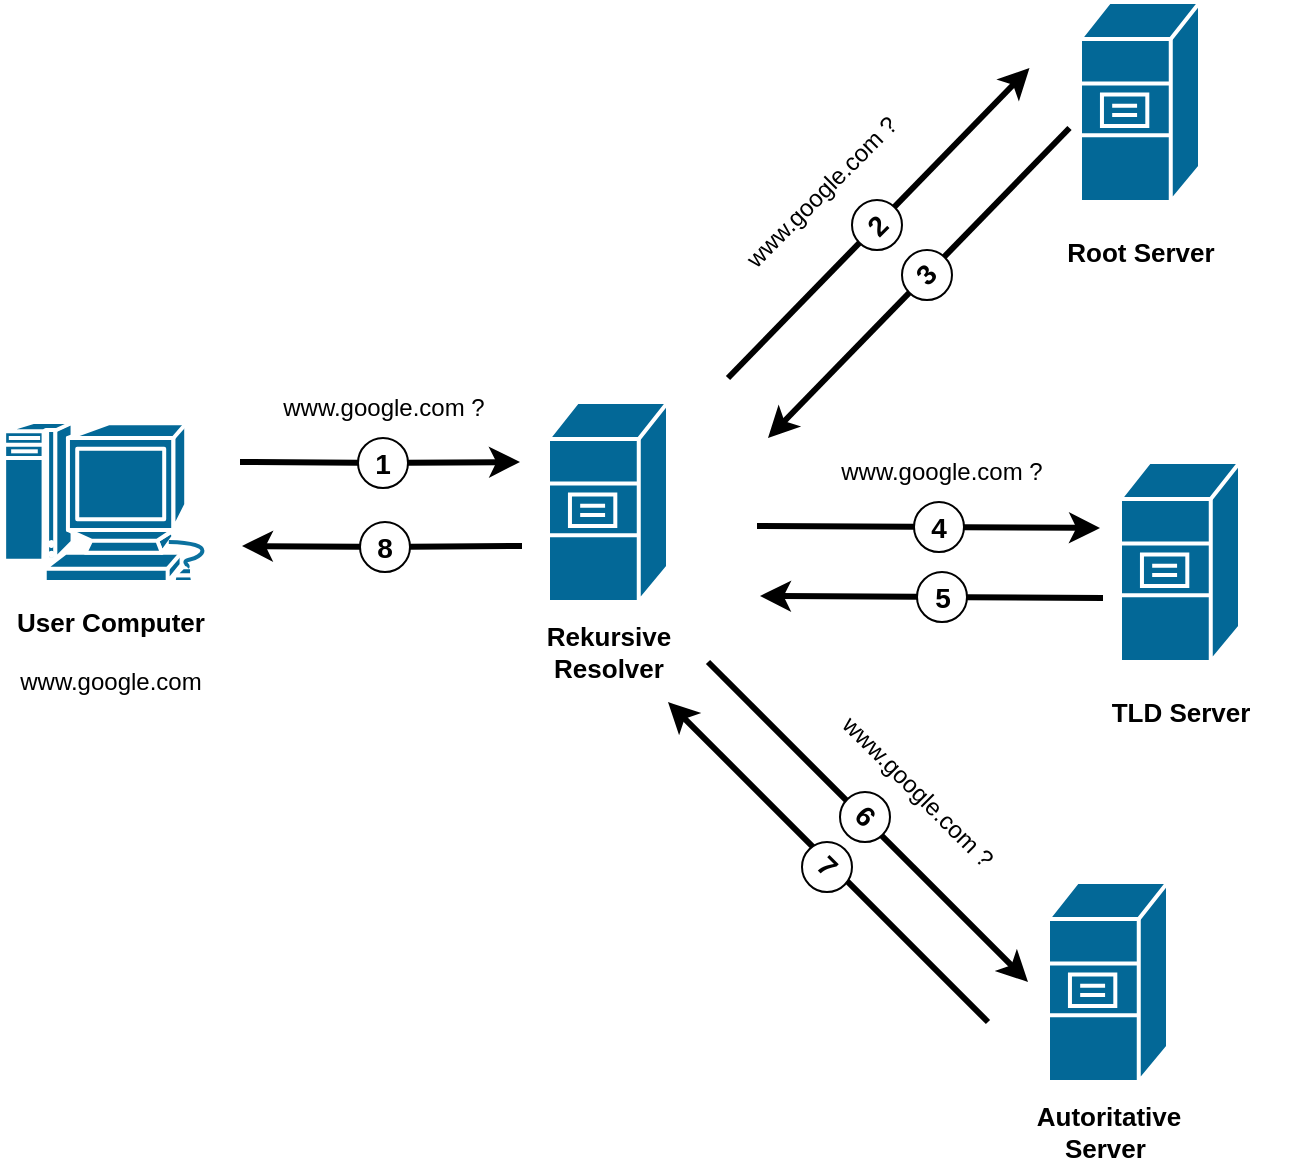
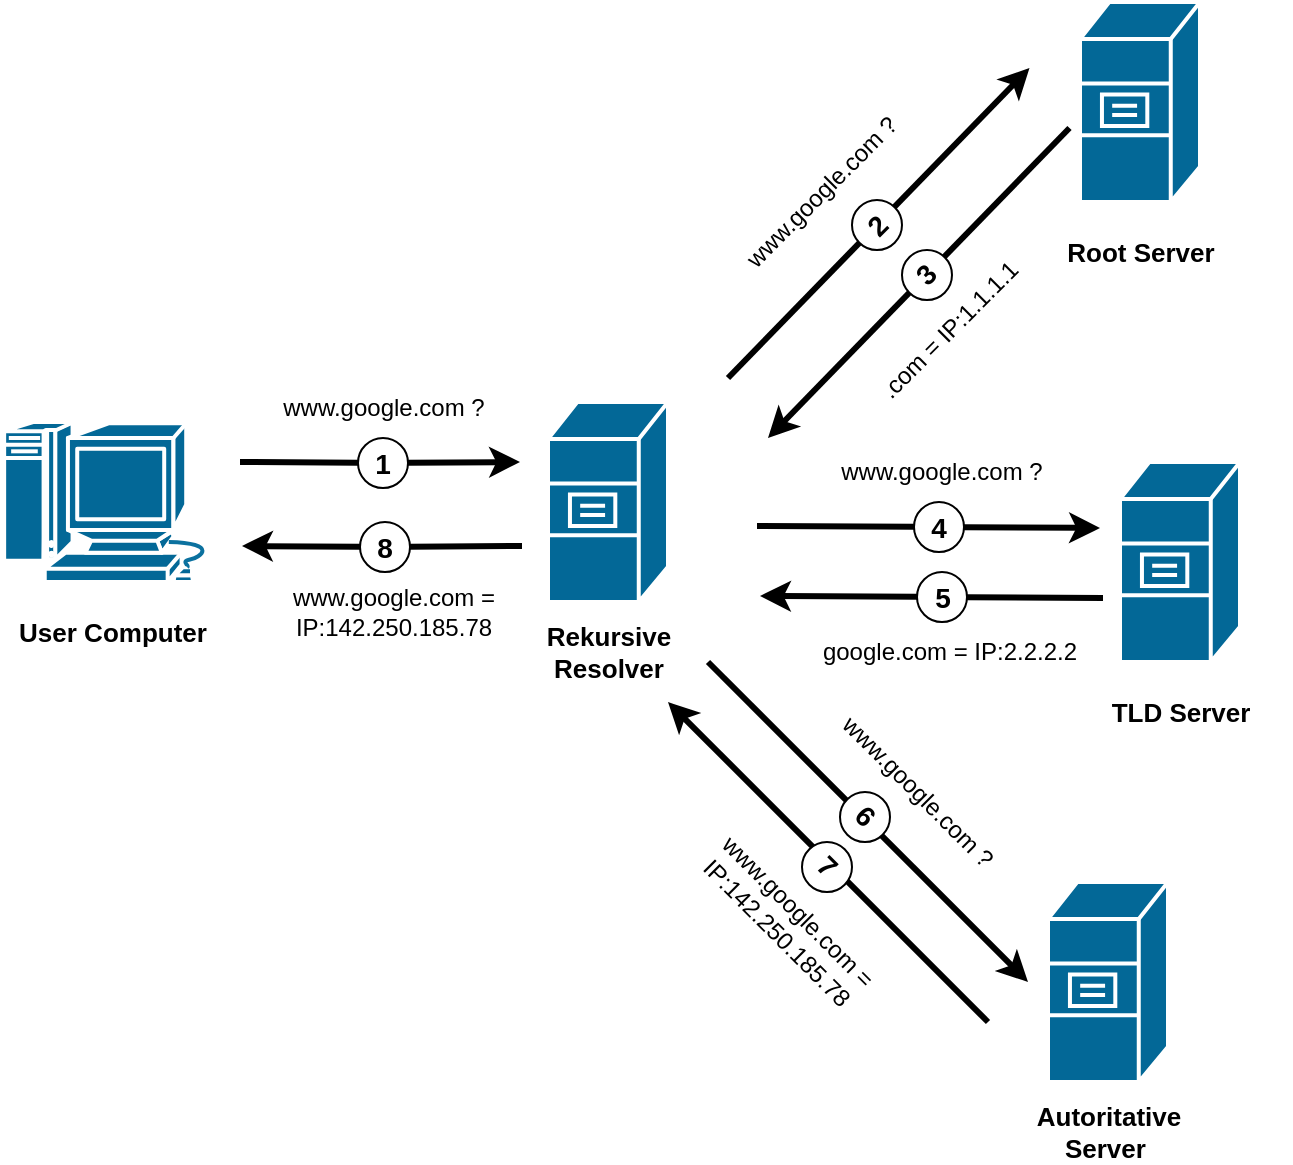
<mxfile host="app.diagrams.net">
  <diagram name="Seite-1" id="MIxLioLs22-T0WrDI3D8">
-     <mxGraphModel dx="803" dy="514" grid="1" gridSize="10" guides="1" tooltips="1" connect="1" arrows="1" fold="1" page="1" pageScale="1" pageWidth="827" pageHeight="1169" math="0" shadow="0">
+     <mxGraphModel dx="970" dy="621" grid="1" gridSize="10" guides="1" tooltips="1" connect="1" arrows="1" fold="1" page="1" pageScale="1" pageWidth="827" pageHeight="1169" math="0" shadow="0">
      <root>
        <mxCell id="0" />
        <mxCell id="1" parent="0" />
        <mxCell id="Kp2z6UUhsxGEWxrTFEi2-1" parent="1" style="sketch=0;html=1;pointerEvents=1;dashed=0;fillColor=#036897;strokeColor=#ffffff;strokeWidth=2;verticalLabelPosition=bottom;verticalAlign=top;align=center;outlineConnect=0;shape=mxgraph.cisco.computers_and_peripherals.macintosh;" value="" vertex="1">
          <mxGeometry height="80" width="109" x="41.5" y="400" as="geometry" />
        </mxCell>
        <mxCell id="Kp2z6UUhsxGEWxrTFEi2-2" parent="1" style="strokeColor=#ffffff;sketch=0;html=1;pointerEvents=1;dashed=0;fillColor=#036897;strokeWidth=2;verticalLabelPosition=bottom;verticalAlign=top;align=center;outlineConnect=0;shape=mxgraph.cisco.servers.file_server;" value="" vertex="1">
          <mxGeometry height="100" width="60" x="314" y="390" as="geometry" />
        </mxCell>
        <mxCell id="Kp2z6UUhsxGEWxrTFEi2-3" parent="1" style="strokeColor=#ffffff;sketch=0;html=1;pointerEvents=1;dashed=0;fillColor=#036897;strokeWidth=2;verticalLabelPosition=bottom;verticalAlign=top;align=center;outlineConnect=0;shape=mxgraph.cisco.servers.file_server;" value="" vertex="1">
          <mxGeometry height="100" width="60" x="580" y="190" as="geometry" />
        </mxCell>
        <mxCell id="Kp2z6UUhsxGEWxrTFEi2-4" parent="1" style="strokeColor=#ffffff;sketch=0;html=1;pointerEvents=1;dashed=0;fillColor=#036897;strokeWidth=2;verticalLabelPosition=bottom;verticalAlign=top;align=center;outlineConnect=0;shape=mxgraph.cisco.servers.file_server;" value="" vertex="1">
          <mxGeometry height="100" width="60" x="600" y="420" as="geometry" />
        </mxCell>
        <mxCell id="Kp2z6UUhsxGEWxrTFEi2-5" parent="1" style="strokeColor=#ffffff;sketch=0;html=1;pointerEvents=1;dashed=0;fillColor=#036897;strokeWidth=2;verticalLabelPosition=bottom;verticalAlign=top;align=center;outlineConnect=0;shape=mxgraph.cisco.servers.file_server;" value="" vertex="1">
          <mxGeometry height="100" width="60" x="564" y="630" as="geometry" />
        </mxCell>
        <mxCell id="Kp2z6UUhsxGEWxrTFEi2-13" edge="1" parent="1" style="endArrow=classic;html=1;rounded=0;strokeWidth=3;" value="">
          <mxGeometry height="50" relative="1" width="50" as="geometry">
            <mxPoint x="394" y="520" as="sourcePoint" />
            <mxPoint x="554" y="680" as="targetPoint" />
          </mxGeometry>
        </mxCell>
        <mxCell id="Kp2z6UUhsxGEWxrTFEi2-14" edge="1" parent="1" style="endArrow=none;html=1;rounded=0;strokeWidth=3;startArrow=classic;startFill=1;endFill=0;" value="">
          <mxGeometry height="50" relative="1" width="50" as="geometry">
            <mxPoint x="374" y="540" as="sourcePoint" />
            <mxPoint x="534" y="700" as="targetPoint" />
          </mxGeometry>
        </mxCell>
-         <mxCell id="Kp2z6UUhsxGEWxrTFEi2-15" parent="1" style="text;html=1;whiteSpace=wrap;strokeColor=none;fillColor=none;align=center;verticalAlign=middle;rounded=0;" value="&lt;b&gt;&lt;font style=&quot;font-size: 13px;&quot;&gt;User Computer&lt;/font&gt;&lt;/b&gt;&lt;div&gt;&lt;br&gt;&lt;/div&gt;&lt;div&gt;www.google.com&lt;/div&gt;" vertex="1">
-           <mxGeometry height="30" width="110.5" x="40" y="500" as="geometry" />
+         <mxCell id="Kp2z6UUhsxGEWxrTFEi2-15" parent="1" style="text;html=1;whiteSpace=wrap;strokeColor=none;fillColor=none;align=center;verticalAlign=middle;rounded=0;" value="&lt;b&gt;&lt;font style=&quot;font-size: 13px;&quot;&gt;User Computer&lt;/font&gt;&lt;/b&gt;" vertex="1">
+           <mxGeometry height="30" width="110.5" x="40.75" y="490" as="geometry" />
        </mxCell>
        <mxCell id="Kp2z6UUhsxGEWxrTFEi2-17" parent="1" style="text;html=1;whiteSpace=wrap;strokeColor=none;fillColor=none;align=center;verticalAlign=middle;rounded=0;" value="&lt;span style=&quot;font-size: 13px;&quot;&gt;&lt;b&gt;Rekursive Resolver&lt;/b&gt;&lt;/span&gt;" vertex="1">
          <mxGeometry height="30" width="110.5" x="288.75" y="500" as="geometry" />
        </mxCell>
        <mxCell id="Kp2z6UUhsxGEWxrTFEi2-18" parent="1" style="text;html=1;whiteSpace=wrap;strokeColor=none;fillColor=none;align=center;verticalAlign=middle;rounded=0;" value="&lt;span style=&quot;font-size: 13px;&quot;&gt;&lt;b&gt;Root Server&lt;/b&gt;&lt;/span&gt;" vertex="1">
          <mxGeometry height="30" width="110.5" x="554.75" y="300" as="geometry" />
        </mxCell>
        <mxCell id="Kp2z6UUhsxGEWxrTFEi2-19" parent="1" style="text;html=1;whiteSpace=wrap;strokeColor=none;fillColor=none;align=center;verticalAlign=middle;rounded=0;" value="&lt;span style=&quot;font-size: 13px;&quot;&gt;&lt;b&gt;TLD Server&lt;/b&gt;&lt;/span&gt;" vertex="1">
          <mxGeometry height="30" width="110.5" x="574.75" y="530" as="geometry" />
        </mxCell>
        <mxCell id="Kp2z6UUhsxGEWxrTFEi2-20" parent="1" style="text;html=1;whiteSpace=wrap;strokeColor=none;fillColor=none;align=center;verticalAlign=middle;rounded=0;" value="&lt;span style=&quot;font-size: 13px;&quot;&gt;&lt;b&gt;Autoritative Server&amp;nbsp;&lt;/b&gt;&lt;/span&gt;" vertex="1">
          <mxGeometry height="30" width="110.5" x="538.75" y="740" as="geometry" />
        </mxCell>
        <mxCell id="Kp2z6UUhsxGEWxrTFEi2-22" parent="1" style="text;html=1;whiteSpace=wrap;strokeColor=none;fillColor=none;align=center;verticalAlign=middle;rounded=0;" value="www.google.com ?" vertex="1">
          <mxGeometry height="30" width="130" x="166.5" y="378" as="geometry" />
        </mxCell>
        <mxCell id="Kp2z6UUhsxGEWxrTFEi2-52" connectable="0" parent="1" style="group" value="" vertex="1">
          <mxGeometry height="25" width="25" x="219" y="408" as="geometry" />
        </mxCell>
        <mxCell id="Kp2z6UUhsxGEWxrTFEi2-6" edge="1" parent="Kp2z6UUhsxGEWxrTFEi2-52" source="Kp2z6UUhsxGEWxrTFEi2-40" style="endArrow=classic;html=1;rounded=0;strokeWidth=3;" value="">
          <mxGeometry height="50" relative="1" width="50" as="geometry">
            <mxPoint x="-59" y="12" as="sourcePoint" />
            <mxPoint x="81" y="12" as="targetPoint" />
          </mxGeometry>
        </mxCell>
        <mxCell id="Kp2z6UUhsxGEWxrTFEi2-41" edge="1" parent="Kp2z6UUhsxGEWxrTFEi2-52" style="endArrow=none;html=1;rounded=0;strokeWidth=3;endFill=0;" target="Kp2z6UUhsxGEWxrTFEi2-40" value="">
          <mxGeometry height="50" relative="1" width="50" as="geometry">
            <mxPoint x="-59" y="12" as="sourcePoint" />
            <mxPoint x="81" y="12" as="targetPoint" />
          </mxGeometry>
        </mxCell>
        <mxCell id="Kp2z6UUhsxGEWxrTFEi2-40" parent="Kp2z6UUhsxGEWxrTFEi2-52" style="ellipse;whiteSpace=wrap;html=1;aspect=fixed;fillColor=none;fontSize=14;" value="&lt;font&gt;&lt;b&gt;1&lt;/b&gt;&lt;/font&gt;" vertex="1">
          <mxGeometry height="25" width="25" as="geometry" />
        </mxCell>
        <mxCell id="Kp2z6UUhsxGEWxrTFEi2-53" connectable="0" parent="1" style="group" value="" vertex="1">
          <mxGeometry height="25" width="25" x="220" y="450" as="geometry" />
        </mxCell>
        <mxCell id="Kp2z6UUhsxGEWxrTFEi2-54" edge="1" parent="Kp2z6UUhsxGEWxrTFEi2-53" source="Kp2z6UUhsxGEWxrTFEi2-56" style="endArrow=none;html=1;rounded=0;strokeWidth=3;endFill=0;" value="">
          <mxGeometry height="50" relative="1" width="50" as="geometry">
            <mxPoint x="-59" y="12" as="sourcePoint" />
            <mxPoint x="81" y="12" as="targetPoint" />
          </mxGeometry>
        </mxCell>
        <mxCell id="Kp2z6UUhsxGEWxrTFEi2-55" edge="1" parent="Kp2z6UUhsxGEWxrTFEi2-53" style="endArrow=none;html=1;rounded=0;strokeWidth=3;endFill=0;startArrow=classic;startFill=1;" target="Kp2z6UUhsxGEWxrTFEi2-56" value="">
          <mxGeometry height="50" relative="1" width="50" as="geometry">
            <mxPoint x="-59" y="12" as="sourcePoint" />
            <mxPoint x="81" y="12" as="targetPoint" />
          </mxGeometry>
        </mxCell>
        <mxCell id="Kp2z6UUhsxGEWxrTFEi2-56" parent="Kp2z6UUhsxGEWxrTFEi2-53" style="ellipse;whiteSpace=wrap;html=1;aspect=fixed;fillColor=none;fontSize=14;" value="&lt;b&gt;8&lt;/b&gt;" vertex="1">
          <mxGeometry height="25" width="25" as="geometry" />
        </mxCell>
        <mxCell id="Kp2z6UUhsxGEWxrTFEi2-77" edge="1" parent="1" source="Kp2z6UUhsxGEWxrTFEi2-79" style="endArrow=classic;html=1;rounded=0;strokeWidth=3;" value="">
          <mxGeometry height="50" relative="1" width="50" as="geometry">
            <mxPoint x="418.5" y="452" as="sourcePoint" />
            <mxPoint x="590" y="453" as="targetPoint" />
          </mxGeometry>
        </mxCell>
        <mxCell id="Kp2z6UUhsxGEWxrTFEi2-78" edge="1" parent="1" style="endArrow=none;html=1;rounded=0;strokeWidth=3;endFill=0;" target="Kp2z6UUhsxGEWxrTFEi2-79" value="">
          <mxGeometry height="50" relative="1" width="50" as="geometry">
            <mxPoint x="418.5" y="452" as="sourcePoint" />
            <mxPoint x="558.5" y="452" as="targetPoint" />
          </mxGeometry>
        </mxCell>
        <mxCell id="Kp2z6UUhsxGEWxrTFEi2-79" parent="1" style="ellipse;whiteSpace=wrap;html=1;aspect=fixed;fillColor=none;fontSize=14;" value="&lt;font&gt;&lt;b&gt;4&lt;/b&gt;&lt;/font&gt;" vertex="1">
          <mxGeometry height="25" width="25" x="497" y="440" as="geometry" />
        </mxCell>
        <mxCell id="Kp2z6UUhsxGEWxrTFEi2-81" edge="1" parent="1" style="endArrow=classic;html=1;rounded=0;strokeWidth=3;" value="">
          <mxGeometry height="50" relative="1" width="50" as="geometry">
            <mxPoint x="404" y="378" as="sourcePoint" />
            <mxPoint x="554.75" y="223" as="targetPoint" />
          </mxGeometry>
        </mxCell>
        <mxCell id="Kp2z6UUhsxGEWxrTFEi2-82" parent="1" style="ellipse;whiteSpace=wrap;html=1;aspect=fixed;fillColor=default;fontSize=14;rotation=-45;" value="&lt;font&gt;&lt;b&gt;2&lt;/b&gt;&lt;/font&gt;" vertex="1">
          <mxGeometry height="25" width="25" x="466" y="289" as="geometry" />
        </mxCell>
        <mxCell id="Kp2z6UUhsxGEWxrTFEi2-86" edge="1" parent="1" source="Kp2z6UUhsxGEWxrTFEi2-88" style="endArrow=none;html=1;rounded=0;strokeWidth=3;endFill=0;" value="">
          <mxGeometry height="50" relative="1" width="50" as="geometry">
            <mxPoint x="420" y="487" as="sourcePoint" />
            <mxPoint x="591.5" y="488" as="targetPoint" />
          </mxGeometry>
        </mxCell>
        <mxCell id="Kp2z6UUhsxGEWxrTFEi2-87" edge="1" parent="1" style="endArrow=none;html=1;rounded=0;strokeWidth=3;endFill=0;startArrow=classic;startFill=1;" target="Kp2z6UUhsxGEWxrTFEi2-88" value="">
          <mxGeometry height="50" relative="1" width="50" as="geometry">
            <mxPoint x="420" y="487" as="sourcePoint" />
            <mxPoint x="560" y="487" as="targetPoint" />
          </mxGeometry>
        </mxCell>
        <mxCell id="Kp2z6UUhsxGEWxrTFEi2-88" parent="1" style="ellipse;whiteSpace=wrap;html=1;aspect=fixed;fillColor=none;fontSize=14;" value="&lt;font&gt;&lt;b&gt;5&lt;/b&gt;&lt;/font&gt;" vertex="1">
          <mxGeometry height="25" width="25" x="498.5" y="475" as="geometry" />
        </mxCell>
        <mxCell id="Kp2z6UUhsxGEWxrTFEi2-89" edge="1" parent="1" style="endArrow=none;html=1;rounded=0;strokeWidth=3;endFill=0;startArrow=classic;startFill=1;" value="">
          <mxGeometry height="50" relative="1" width="50" as="geometry">
            <mxPoint x="424" y="408" as="sourcePoint" />
            <mxPoint x="574.75" y="253" as="targetPoint" />
          </mxGeometry>
        </mxCell>
        <mxCell id="Kp2z6UUhsxGEWxrTFEi2-90" parent="1" style="ellipse;whiteSpace=wrap;html=1;aspect=fixed;fillColor=default;fontSize=14;rotation=-45;" value="&lt;font&gt;&lt;b&gt;3&lt;/b&gt;&lt;/font&gt;" vertex="1">
          <mxGeometry height="25" width="25" x="490.9976695296637" y="313.9976695296637" as="geometry" />
        </mxCell>
        <mxCell id="Kp2z6UUhsxGEWxrTFEi2-91" parent="1" style="ellipse;whiteSpace=wrap;html=1;aspect=fixed;fillColor=default;fontSize=14;rotation=45;" value="&lt;font&gt;&lt;b&gt;6&lt;/b&gt;&lt;/font&gt;" vertex="1">
          <mxGeometry height="25" width="25" x="459.99766952966365" y="584.9976695296638" as="geometry" />
        </mxCell>
        <mxCell id="Kp2z6UUhsxGEWxrTFEi2-93" parent="1" style="ellipse;whiteSpace=wrap;html=1;aspect=fixed;fillColor=default;fontSize=14;rotation=45;" value="&lt;font&gt;&lt;b&gt;7&lt;/b&gt;&lt;/font&gt;" vertex="1">
          <mxGeometry height="25" width="25" x="440.9976695296637" y="609.9976695296638" as="geometry" />
        </mxCell>
        <mxCell id="Kp2z6UUhsxGEWxrTFEi2-94" parent="1" style="text;html=1;whiteSpace=wrap;strokeColor=none;fillColor=none;align=center;verticalAlign=middle;rounded=0;rotation=-45;" value="www.google.com ?" vertex="1">
          <mxGeometry height="30" width="130" x="386" y="270" as="geometry" />
        </mxCell>
        <mxCell id="Kp2z6UUhsxGEWxrTFEi2-95" parent="1" style="text;html=1;whiteSpace=wrap;strokeColor=none;fillColor=none;align=center;verticalAlign=middle;rounded=0;" value="www.google.com ?" vertex="1">
          <mxGeometry height="30" width="130" x="446" y="410" as="geometry" />
        </mxCell>
        <mxCell id="Kp2z6UUhsxGEWxrTFEi2-96" parent="1" style="text;html=1;whiteSpace=wrap;strokeColor=none;fillColor=none;align=center;verticalAlign=middle;rounded=0;rotation=45;" value="www.google.com ?" vertex="1">
          <mxGeometry height="30" width="130" x="434" y="570" as="geometry" />
        </mxCell>
+         <mxCell id="Kp2z6UUhsxGEWxrTFEi2-97" parent="1" style="text;html=1;whiteSpace=wrap;strokeColor=none;fillColor=none;align=center;verticalAlign=middle;rounded=0;rotation=-45;" value=".com = IP:1.1.1.1" vertex="1">
+           <mxGeometry height="30" width="130" x="449.9985424949238" y="338.9985424949238" as="geometry" />
+         </mxCell>
+         <mxCell id="Kp2z6UUhsxGEWxrTFEi2-99" parent="1" style="text;html=1;whiteSpace=wrap;strokeColor=none;fillColor=none;align=center;verticalAlign=middle;rounded=0;rotation=0;" value="google.com = IP:2.2.2.2" vertex="1">
+           <mxGeometry height="30" width="140" x="445" y="500" as="geometry" />
+         </mxCell>
+         <mxCell id="Kp2z6UUhsxGEWxrTFEi2-102" parent="1" style="text;html=1;whiteSpace=wrap;strokeColor=none;fillColor=none;align=center;verticalAlign=middle;rounded=0;rotation=45;" value="www.google.com = IP:142.250.185.78" vertex="1">
+           <mxGeometry height="30" width="120" x="374" y="635" as="geometry" />
+         </mxCell>
+         <mxCell id="Kp2z6UUhsxGEWxrTFEi2-103" parent="1" style="text;html=1;whiteSpace=wrap;strokeColor=none;fillColor=none;align=center;verticalAlign=middle;rounded=0;rotation=0;" value="www.google.com = IP:142.250.185.78" vertex="1">
+           <mxGeometry height="30" width="120" x="176.50300858899104" y="480.00300858899107" as="geometry" />
+         </mxCell>
      </root>
    </mxGraphModel>
  </diagram>
</mxfile>
